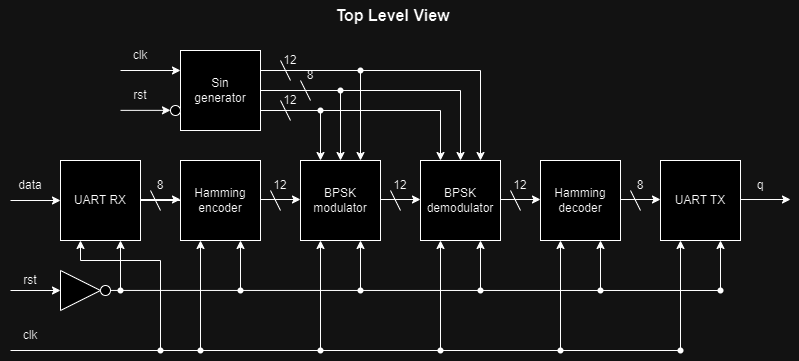
Earlier version of the draw.io export transeiver.drawio.png (RDSik/verilog-transceiver). Source tidied: cells renumbered, new cells last; positions are measured from the earlier drawing's top-left corner, leaving out a move shared by most shapes.
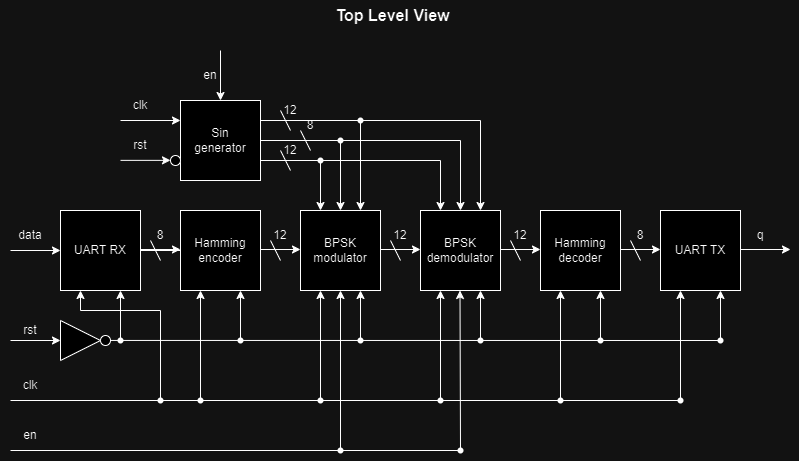
The same diagram one commit later.

What changed in the source:
```diff
@@ -150,7 +150,7 @@
       <mxGeometry x="490" y="170" width="60" height="30" as="geometry" />
     </mxCell>
     <mxCell id="38" value="&lt;font size=&quot;1&quot; style=&quot;&quot;&gt;&lt;b style=&quot;font-size: 16px;&quot;&gt;Top Level View&lt;/b&gt;&lt;/font&gt;" style="text;html=1;strokeColor=none;fillColor=none;align=center;verticalAlign=middle;whiteSpace=wrap;rounded=0;" parent="1" vertex="1">
-      <mxGeometry x="320" width="145" height="30" as="geometry" />
+      <mxGeometry x="320" y="-50" width="145" height="30" as="geometry" />
     </mxCell>
     <mxCell id="39" style="whiteSpace=wrap;html=1;" parent="1" vertex="1">
       <mxGeometry x="180" y="50" width="80" height="80" as="geometry" />
@@ -425,5 +425,46 @@
     <mxCell id="96" value="8" style="text;html=1;strokeColor=none;fillColor=none;align=center;verticalAlign=middle;whiteSpace=wrap;rounded=0;" parent="1" vertex="1">
       <mxGeometry x="280" y="60" width="60" height="30" as="geometry" />
     </mxCell>
+    <mxCell id="97" style="endArrow=none;html=1;rounded=0;" parent="1" edge="1" source="104">
+      <mxGeometry relative="1" as="geometry">
+        <mxPoint x="460" y="400" as="targetPoint" />
+      </mxGeometry>
+    </mxCell>
+    <mxCell id="98" value="en" style="text;html=1;strokeColor=none;fillColor=none;align=center;verticalAlign=middle;whiteSpace=wrap;rounded=0;" parent="1" vertex="1">
+      <mxGeometry y="370" width="60" height="30" as="geometry" />
+    </mxCell>
+    <mxCell id="99" style="endArrow=classic;html=1;rounded=0;entryX=0.5;entryY=1;entryDx=0;entryDy=0;" parent="1" edge="1" target="5">
+      <mxGeometry relative="1" as="geometry">
+        <mxPoint x="340" y="400" as="sourcePoint" />
+      </mxGeometry>
+    </mxCell>
+    <mxCell id="100" style="endArrow=classic;html=1;rounded=0;entryX=0.5;entryY=1;entryDx=0;entryDy=0;" parent="1" edge="1">
+      <mxGeometry relative="1" as="geometry">
+        <mxPoint x="460" y="400" as="sourcePoint" />
+        <mxPoint x="459.5" y="240" as="targetPoint" />
+      </mxGeometry>
+    </mxCell>
+    <mxCell id="101" style="endArrow=none;html=1;rounded=0;" parent="1" edge="1" target="102">
+      <mxGeometry relative="1" as="geometry">
+        <mxPoint x="10" y="400" as="sourcePoint" />
+      </mxGeometry>
+    </mxCell>
+    <mxCell id="102" style="shape=waypoint;sketch=0;fillStyle=solid;size=6;points=[];fillColor=none;perimeter=centerPerimeter;snapToPoint=1;" parent="1" vertex="1">
+      <mxGeometry x="330" y="390" width="20" height="20" as="geometry" />
+    </mxCell>
+    <mxCell id="103" style="endArrow=none;html=1;rounded=0;" parent="1" edge="1" source="102" target="104">
+      <mxGeometry relative="1" as="geometry" />
+    </mxCell>
+    <mxCell id="104" style="shape=waypoint;sketch=0;fillStyle=solid;size=6;points=[];fillColor=none;perimeter=centerPerimeter;snapToPoint=1;" parent="1" vertex="1">
+      <mxGeometry x="450" y="390" width="20" height="20" as="geometry" />
+    </mxCell>
+    <mxCell id="105" style="endArrow=classic;html=1;rounded=0;entryX=0.5;entryY=0;entryDx=0;entryDy=0;" parent="1" edge="1" target="39">
+      <mxGeometry relative="1" as="geometry">
+        <mxPoint x="220" as="sourcePoint" />
+      </mxGeometry>
+    </mxCell>
+    <mxCell id="106" value="en" style="text;html=1;strokeColor=none;fillColor=none;align=center;verticalAlign=middle;whiteSpace=wrap;rounded=0;" parent="1" vertex="1">
+      <mxGeometry x="180" y="10" width="60" height="30" as="geometry" />
+    </mxCell>
   </root>
 </mxGraphModel>
```
